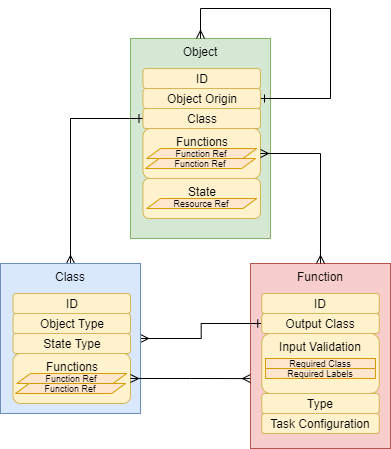
hpcclab/OaaS keeps this draw.io diagram as doc/diagrams/oaas_datamodel.dio.png. Above is the earlier version. Source tidied: cells renumbered, new cells last; positions are measured from the earlier drawing's top-left corner, leaving out a move shared by most shapes.
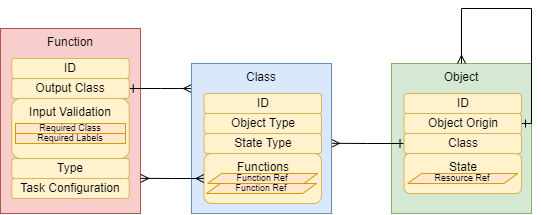
The same file after the commit.

What changed in the source:
```diff
@@ -3,67 +3,58 @@
     <mxCell id="0" />
     <mxCell id="1" parent="0" />
     <mxCell id="2" value="Object" style="rounded=0;whiteSpace=wrap;html=1;fillColor=#d5e8d4;strokeColor=#82b366;verticalAlign=top;" parent="1" vertex="1">
-      <mxGeometry x="130" y="30" width="140" height="200" as="geometry" />
+      <mxGeometry x="200" y="255" width="140" height="150" as="geometry" />
     </mxCell>
     <mxCell id="3" value="State" style="rounded=1;whiteSpace=wrap;html=1;fillColor=#fff2cc;strokeColor=#d6b656;verticalAlign=top;align=center;horizontal=1;" parent="1" vertex="1">
-      <mxGeometry x="142.5" y="170" width="117.5" height="40" as="geometry" />
+      <mxGeometry x="212.5" y="345" width="117.5" height="40" as="geometry" />
     </mxCell>
     <mxCell id="4" style="edgeStyle=orthogonalEdgeStyle;rounded=0;jettySize=auto;html=1;entryX=0.5;entryY=0;entryDx=0;entryDy=0;startArrow=ERone;startFill=0;endArrow=ERmany;endFill=0;" parent="1" edge="1" source="5" target="2">
       <mxGeometry relative="1" as="geometry">
         <Array as="points">
-          <mxPoint x="330" y="90" />
-          <mxPoint x="330" />
-          <mxPoint x="200" />
+          <mxPoint x="340" y="315" />
+          <mxPoint x="340" y="200" />
+          <mxPoint x="270" y="200" />
         </Array>
       </mxGeometry>
     </mxCell>
     <mxCell id="5" value="Object Origin" style="rounded=1;whiteSpace=wrap;html=1;fillColor=#fff2cc;strokeColor=#d6b656;" parent="1" vertex="1">
-      <mxGeometry x="142.5" y="80" width="117.5" height="20" as="geometry" />
+      <mxGeometry x="212.5" y="305" width="117.5" height="20" as="geometry" />
     </mxCell>
-    <mxCell id="6" value="Functions" style="rounded=1;whiteSpace=wrap;html=1;fillColor=#fff2cc;strokeColor=#d6b656;verticalAlign=top;" parent="1" vertex="1">
-      <mxGeometry x="142.5" y="120" width="117.5" height="50" as="geometry" />
-    </mxCell>
-    <mxCell id="7" value="Function Ref" style="shape=parallelogram;perimeter=parallelogramPerimeter;whiteSpace=wrap;html=1;fixedSize=1;verticalAlign=middle;size=13.75;fillColor=#ffe6cc;strokeColor=#d79b00;fontSize=9;" parent="1" vertex="1">
-      <mxGeometry x="146.2" y="140" width="110" height="10" as="geometry" />
-    </mxCell>
-    <mxCell id="8" value="Function Ref" style="shape=parallelogram;perimeter=parallelogramPerimeter;whiteSpace=wrap;html=1;fixedSize=1;verticalAlign=middle;size=13.75;fillColor=#ffe6cc;strokeColor=#d79b00;fontSize=9;" parent="1" vertex="1">
-      <mxGeometry x="145" y="150" width="110" height="10" as="geometry" />
-    </mxCell>
-    <mxCell id="9" style="edgeStyle=orthogonalEdgeStyle;rounded=0;jettySize=auto;html=1;entryX=0.5;entryY=0;entryDx=0;entryDy=0;startArrow=ERone;startFill=0;endArrow=ERmany;endFill=0;" parent="1" edge="1" source="10" target="21">
+    <mxCell id="9" style="edgeStyle=orthogonalEdgeStyle;rounded=0;jettySize=auto;html=1;startArrow=ERone;startFill=0;endArrow=ERmany;endFill=0;entryX=0.999;entryY=0.532;entryDx=0;entryDy=0;entryPerimeter=0;" parent="1" edge="1" source="10" target="21">
       <mxGeometry relative="1" as="geometry" />
     </mxCell>
     <mxCell id="10" value="Class" style="rounded=1;whiteSpace=wrap;html=1;fillColor=#fff2cc;strokeColor=#d6b656;" parent="1" vertex="1">
-      <mxGeometry x="142.5" y="100" width="117.5" height="20" as="geometry" />
+      <mxGeometry x="212.5" y="325" width="117.5" height="20" as="geometry" />
     </mxCell>
     <mxCell id="11" value="Resource Ref" style="shape=parallelogram;perimeter=parallelogramPerimeter;whiteSpace=wrap;html=1;fixedSize=1;verticalAlign=middle;size=13.75;fillColor=#ffe6cc;strokeColor=#d79b00;fontSize=9;" parent="1" vertex="1">
-      <mxGeometry x="146.2" y="190" width="110" height="10" as="geometry" />
+      <mxGeometry x="216.2" y="365" width="110" height="10" as="geometry" />
     </mxCell>
     <mxCell id="12" value="Function" style="rounded=0;whiteSpace=wrap;html=1;fillColor=#f8cecc;strokeColor=#b85450;verticalAlign=top;" parent="1" vertex="1">
-      <mxGeometry x="250" y="255" width="140" height="185" as="geometry" />
+      <mxGeometry x="-191" y="220" width="140" height="185" as="geometry" />
     </mxCell>
     <mxCell id="13" value="ID" style="rounded=1;whiteSpace=wrap;html=1;fillColor=#fff2cc;strokeColor=#d6b656;" parent="1" vertex="1">
-      <mxGeometry x="261.2" y="285" width="117.5" height="20" as="geometry" />
+      <mxGeometry x="-179.8" y="250" width="117.5" height="20" as="geometry" />
     </mxCell>
-    <mxCell id="14" style="edgeStyle=orthogonalEdgeStyle;rounded=0;jettySize=auto;html=1;startArrow=ERone;startFill=0;endArrow=ERmany;endFill=0;" parent="1" edge="1" source="15" target="21">
+    <mxCell id="14" style="edgeStyle=orthogonalEdgeStyle;rounded=0;jettySize=auto;html=1;startArrow=ERone;startFill=0;endArrow=ERmany;endFill=0;entryX=0;entryY=0.167;entryDx=0;entryDy=0;entryPerimeter=0;" parent="1" edge="1" source="15" target="21">
       <mxGeometry relative="1" as="geometry" />
     </mxCell>
     <mxCell id="15" value="Output Class" style="rounded=1;whiteSpace=wrap;html=1;fillColor=#fff2cc;strokeColor=#d6b656;" parent="1" vertex="1">
-      <mxGeometry x="261.2" y="305" width="117.5" height="20" as="geometry" />
+      <mxGeometry x="-179.8" y="270" width="117.5" height="20" as="geometry" />
     </mxCell>
     <mxCell id="16" value="Input Validation" style="rounded=1;whiteSpace=wrap;html=1;fillColor=#fff2cc;strokeColor=#d6b656;verticalAlign=top;" parent="1" vertex="1">
-      <mxGeometry x="261.2" y="325" width="117.5" height="60" as="geometry" />
+      <mxGeometry x="-179.8" y="290" width="117.5" height="60" as="geometry" />
     </mxCell>
     <mxCell id="17" value="Task Configuration" style="rounded=1;whiteSpace=wrap;html=1;fillColor=#fff2cc;strokeColor=#d6b656;" parent="1" vertex="1">
-      <mxGeometry x="261.2" y="405" width="117.5" height="20" as="geometry" />
+      <mxGeometry x="-179.8" y="370" width="117.5" height="20" as="geometry" />
     </mxCell>
     <mxCell id="18" value="Required Class" style="rounded=0;whiteSpace=wrap;html=1;verticalAlign=middle;fillColor=#ffe6cc;strokeColor=#d79b00;fontSize=9;" parent="1" vertex="1">
-      <mxGeometry x="265" y="350" width="110" height="10" as="geometry" />
+      <mxGeometry x="-176" y="315" width="110" height="10" as="geometry" />
     </mxCell>
     <mxCell id="19" value="Required Labels" style="rounded=0;whiteSpace=wrap;html=1;verticalAlign=middle;fillColor=#ffe6cc;strokeColor=#d79b00;fontSize=9;" parent="1" vertex="1">
-      <mxGeometry x="265" y="360" width="110" height="10" as="geometry" />
+      <mxGeometry x="-176" y="325" width="110" height="10" as="geometry" />
     </mxCell>
     <mxCell id="20" value="ID" style="rounded=1;whiteSpace=wrap;html=1;fillColor=#fff2cc;strokeColor=#d6b656;" parent="1" vertex="1">
-      <mxGeometry x="142.5" y="60" width="117.5" height="20" as="geometry" />
+      <mxGeometry x="212.5" y="285" width="117.5" height="20" as="geometry" />
     </mxCell>
     <mxCell id="21" value="Class" style="rounded=0;whiteSpace=wrap;html=1;fillColor=#dae8fc;strokeColor=#6c8ebf;verticalAlign=top;" parent="1" vertex="1">
       <mxGeometry y="255" width="140" height="150" as="geometry" />
@@ -83,17 +74,14 @@
     <mxCell id="26" value="ID" style="rounded=1;whiteSpace=wrap;html=1;fillColor=#fff2cc;strokeColor=#d6b656;" parent="1" vertex="1">
       <mxGeometry x="12.5" y="285" width="117.5" height="20" as="geometry" />
     </mxCell>
-    <mxCell id="27" style="edgeStyle=orthogonalEdgeStyle;rounded=0;jettySize=auto;html=1;exitX=1;exitY=0.5;exitDx=0;exitDy=0;entryX=0.5;entryY=0;entryDx=0;entryDy=0;endArrow=ERmany;endFill=0;startArrow=ERmany;startFill=0;" parent="1" edge="1" source="6" target="12">
-      <mxGeometry relative="1" as="geometry" />
-    </mxCell>
-    <mxCell id="28" style="edgeStyle=orthogonalEdgeStyle;rounded=0;jettySize=auto;html=1;exitX=1;exitY=0.5;exitDx=0;exitDy=0;endArrow=ERmany;endFill=0;startArrow=ERmany;startFill=0;entryX=0;entryY=0.622;entryDx=0;entryDy=0;entryPerimeter=0;" parent="1" edge="1" source="22" target="12">
+    <mxCell id="28" style="edgeStyle=orthogonalEdgeStyle;rounded=0;jettySize=auto;html=1;exitX=0;exitY=0.5;exitDx=0;exitDy=0;endArrow=ERmany;endFill=0;startArrow=ERmany;startFill=0;entryX=1.001;entryY=0.81;entryDx=0;entryDy=0;entryPerimeter=0;" parent="1" edge="1" source="22" target="12">
       <mxGeometry relative="1" as="geometry" />
     </mxCell>
     <mxCell id="29" value="Object Type" style="rounded=1;whiteSpace=wrap;html=1;fillColor=#fff2cc;strokeColor=#d6b656;" parent="1" vertex="1">
       <mxGeometry x="12.5" y="305" width="117.5" height="20" as="geometry" />
     </mxCell>
     <mxCell id="30" value="Type" style="rounded=1;whiteSpace=wrap;html=1;fillColor=#fff2cc;strokeColor=#d6b656;" parent="1" vertex="1">
-      <mxGeometry x="261.2" y="385" width="117.5" height="20" as="geometry" />
+      <mxGeometry x="-179.8" y="350" width="117.5" height="20" as="geometry" />
     </mxCell>
   </root>
 </mxGraphModel>
```
